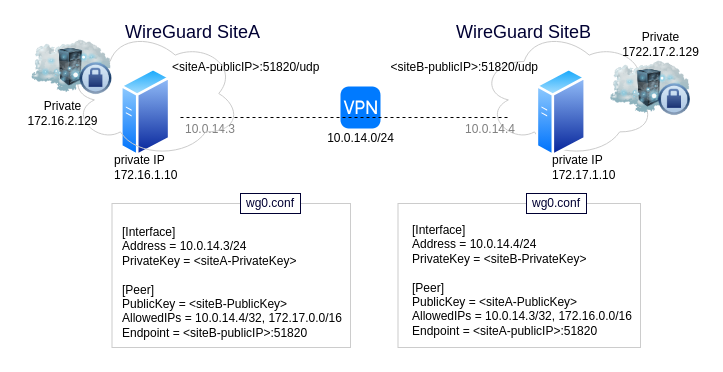
The draw.io diagram diagrams/ubuntu-wireguard-site-to-site.drawio in fabianlee/blogcode, before the edit. Source tidied: cells renumbered, new cells numbered last; positions are measured from the earlier drawing's top-left corner, leaving out a move shared by most shapes. Both pictures are drawn from the tidied source at 100%, with x=0, y=0 at pixel (16, 17).
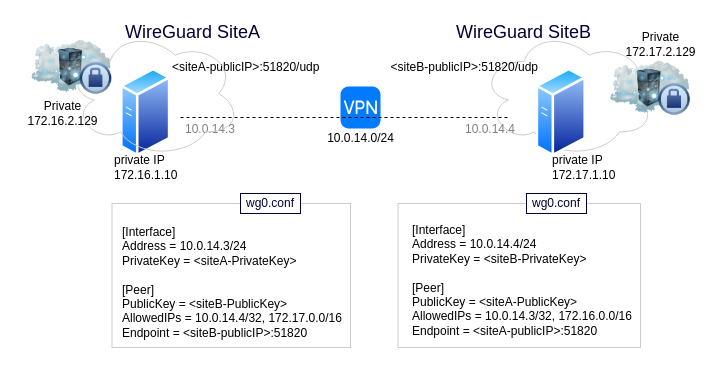
The same page after the edit.

The edit, as a diff of the source:
```diff
@@
-    <mxCell id="25" value="&lt;div&gt;Private&lt;/div&gt;&lt;div&gt;1722.17.2.129&lt;br&gt;&lt;/div&gt;" style="text;html=1;align=center;verticalAlign=middle;strokeColor=none;" parent="1" vertex="1">
+    <mxCell id="25" value="&lt;div&gt;Private&lt;/div&gt;&lt;div&gt;172.17.2.129&lt;br&gt;&lt;/div&gt;" style="text;html=1;align=center;verticalAlign=middle;strokeColor=none;" parent="1" vertex="1">
       <mxGeometry x="599" y="12" width="90" height="30" as="geometry" />
     </mxCell>
```
